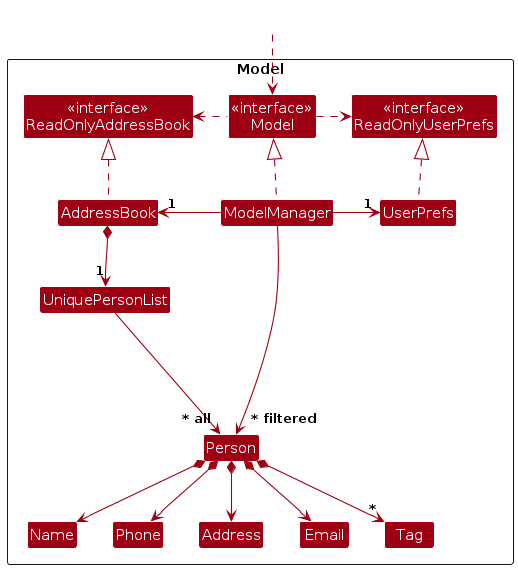
The PlantUML diagram diagrams/ModelClassDiagram.png in AY2627S1-CS2103T-T11-2/tp, before a commit. Its source is kept beside it as diagrams/ModelClassDiagram.puml.
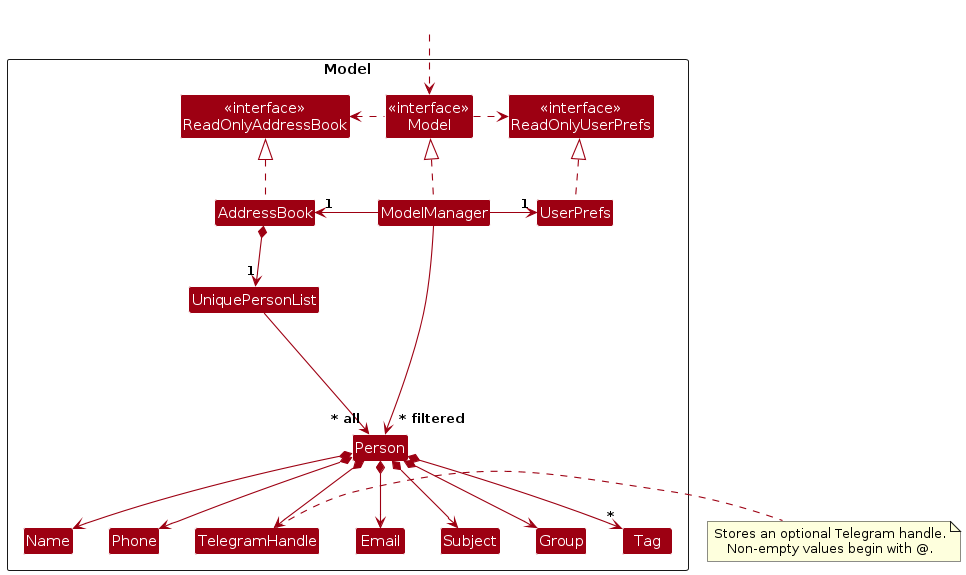
After the commit.

What changed in the source:
```diff
@@ -14,10 +14,12 @@
 
 Class UniquePersonList
 Class Person
-Class Address
+Class TelegramHandle
 Class Email
 Class Name
 Class Phone
+Class Subject
+Class Group
 Class Tag
 
 Class I #FFFFFF
@@ -40,15 +42,22 @@
 Person *--> Name
 Person *--> Phone
 Person *--> Email
-Person *--> Address
+Person *--> TelegramHandle
+Person *--> Subject
+Person *--> Group
 Person *--> "*" Tag
+
+note right of TelegramHandle
+  Stores an optional Telegram handle.
+  Non-empty values begin with @.
+end note
 
 Person -[hidden]up--> I
 UniquePersonList -[hidden]right-> I
 
 Name -[hidden]right-> Phone
-Phone -[hidden]right-> Address
-Address -[hidden]right-> Email
+Phone -[hidden]right-> TelegramHandle
+TelegramHandle -[hidden]right-> Email
 
 ModelManager --> "~* filtered" Person
 @enduml
```
